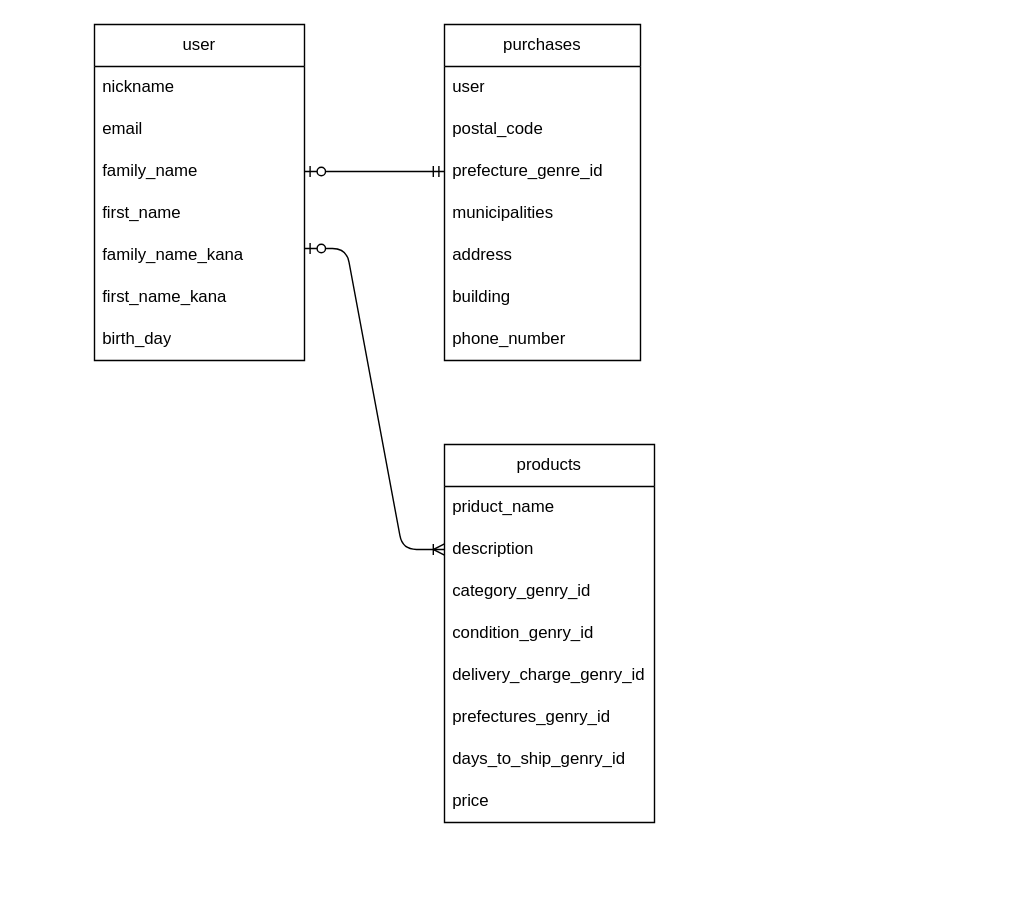
konkiiii/furima-38526 keeps this draw.io diagram as ER.dio. Above is the earlier version. Source tidied: cells renumbered, new cells numbered last; positions are measured from the earlier drawing's top-left corner, leaving out a move shared by most shapes. Both pictures are drawn from the tidied source at 140%, with x=0, y=0 at pixel (94, 24).
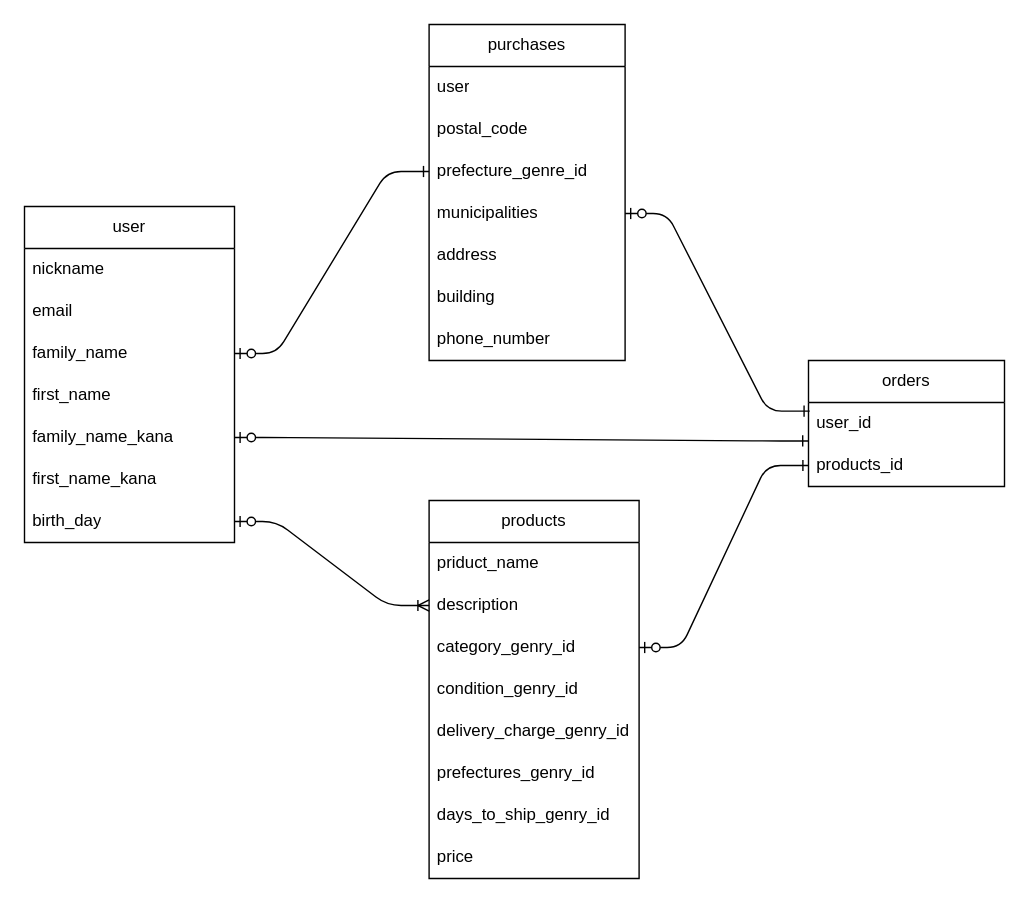
Above is the later version.

Unchanged cells that the change refers to:
```xml
<mxCell id="5" value="family_name" style="text;strokeColor=none;fillColor=none;align=left;verticalAlign=middle;spacingLeft=4;spacingRight=4;overflow=hidden;points=[[0,0.5],[1,0.5]];portConstraint=eastwest;whiteSpace=wrap;html=1;rounded=0;" parent="2" vertex="1">
  <mxGeometry y="90" width="150" height="30" as="geometry" />
</mxCell>
<mxCell id="7" value="family_name_kana" style="text;strokeColor=none;fillColor=none;align=left;verticalAlign=middle;spacingLeft=4;spacingRight=4;overflow=hidden;points=[[0,0.5],[1,0.5]];portConstraint=eastwest;whiteSpace=wrap;html=1;rounded=0;" parent="2" vertex="1">
  <mxGeometry y="150" width="150" height="30" as="geometry" />
</mxCell>
<mxCell id="9" value="birth_day" style="text;strokeColor=none;fillColor=none;align=left;verticalAlign=middle;spacingLeft=4;spacingRight=4;overflow=hidden;points=[[0,0.5],[1,0.5]];portConstraint=eastwest;whiteSpace=wrap;html=1;rounded=0;" parent="2" vertex="1">
  <mxGeometry y="210" width="150" height="30" as="geometry" />
</mxCell>
<mxCell id="13" value="prefecture_genre_id" style="text;strokeColor=none;fillColor=none;align=left;verticalAlign=middle;spacingLeft=4;spacingRight=4;overflow=hidden;points=[[0,0.5],[1,0.5]];portConstraint=eastwest;whiteSpace=wrap;html=1;rounded=0;" parent="10" vertex="1">
  <mxGeometry y="90" width="140" height="30" as="geometry" />
</mxCell>
<mxCell id="14" value="municipalities" style="text;strokeColor=none;fillColor=none;align=left;verticalAlign=middle;spacingLeft=4;spacingRight=4;overflow=hidden;points=[[0,0.5],[1,0.5]];portConstraint=eastwest;whiteSpace=wrap;html=1;rounded=0;" parent="10" vertex="1">
  <mxGeometry y="120" width="140" height="30" as="geometry" />
</mxCell>
<mxCell id="20" value="description" style="text;strokeColor=none;fillColor=none;align=left;verticalAlign=middle;spacingLeft=4;spacingRight=4;overflow=hidden;points=[[0,0.5],[1,0.5]];portConstraint=eastwest;whiteSpace=wrap;html=1;rounded=0;" parent="18" vertex="1">
  <mxGeometry y="60" width="150" height="30" as="geometry" />
</mxCell>
<mxCell id="21" value="category_genry_id" style="text;strokeColor=none;fillColor=none;align=left;verticalAlign=middle;spacingLeft=4;spacingRight=4;overflow=hidden;points=[[0,0.5],[1,0.5]];portConstraint=eastwest;whiteSpace=wrap;html=1;rounded=0;" parent="18" vertex="1">
  <mxGeometry y="90" width="150" height="30" as="geometry" />
</mxCell>
```

The edit, as a diff of the source:
```diff
@@
     <mxCell id="2" value="user" style="swimlane;fontStyle=0;horizontal=1;startSize=30;whiteSpace=wrap;html=1;rounded=0;" parent="1" vertex="1">
-      <mxGeometry width="150" height="240" as="geometry" />
+      <mxGeometry x="-50" y="130" width="150" height="240" as="geometry" />
     </mxCell>
@@
     <mxCell id="10" value="purchases" style="swimlane;fontStyle=0;horizontal=1;startSize=30;whiteSpace=wrap;html=1;rounded=0;" parent="1" vertex="1">
-      <mxGeometry x="250" width="140" height="240" as="geometry" />
+      <mxGeometry x="239" width="140" height="240" as="geometry" />
     </mxCell>
@@
     <mxCell id="18" value="products" style="swimlane;fontStyle=0;horizontal=1;startSize=30;whiteSpace=wrap;html=1;rounded=0;" parent="1" vertex="1">
-      <mxGeometry x="250" y="300" width="150" height="270" as="geometry" />
+      <mxGeometry x="239" y="340" width="150" height="270" as="geometry" />
     </mxCell>
@@
-    <mxCell id="27" style="edgeStyle=entityRelationEdgeStyle;fontSize=12;html=1;endArrow=ERoneToMany;startArrow=ERzeroToOne;entryX=0;entryY=0.5;entryDx=0;entryDy=0;" parent="1" edge="1" target="20">
-      <mxGeometry relative="1" as="geometry">
-        <mxPoint x="150" y="160" as="sourcePoint" />
-      </mxGeometry>
+    <mxCell id="27" style="edgeStyle=entityRelationEdgeStyle;fontSize=12;html=1;endArrow=ERoneToMany;startArrow=ERzeroToOne;entryX=0;entryY=0.5;entryDx=0;entryDy=0;exitX=1;exitY=0.5;exitDx=0;exitDy=0;" parent="1" edge="1" source="9" target="20">
+      <mxGeometry relative="1" as="geometry" />
     </mxCell>
-    <mxCell id="28" style="edgeStyle=entityRelationEdgeStyle;fontSize=12;html=1;endArrow=ERzeroToOne;startArrow=ERmandOne;" parent="1" edge="1" source="13" target="5">
+    <mxCell id="28" style="edgeStyle=entityRelationEdgeStyle;fontSize=12;html=1;endArrow=ERzeroToOne;startArrow=ERone;startFill=0;" parent="1" edge="1" source="13" target="5">
       <mxGeometry relative="1" as="geometry" />
     </mxCell>
+    <mxCell id="29" value="orders" style="swimlane;fontStyle=0;horizontal=1;startSize=30;whiteSpace=wrap;html=1;rounded=0;" parent="1" vertex="1">
+      <mxGeometry x="510" y="240" width="140" height="90" as="geometry" />
+    </mxCell>
+    <mxCell id="30" value="user_id" style="text;strokeColor=none;fillColor=none;align=left;verticalAlign=middle;spacingLeft=4;spacingRight=4;overflow=hidden;points=[[0,0.5],[1,0.5]];portConstraint=eastwest;whiteSpace=wrap;html=1;rounded=0;" parent="29" vertex="1">
+      <mxGeometry y="30" width="140" height="30" as="geometry" />
+    </mxCell>
+    <mxCell id="31" value="products_id" style="text;strokeColor=none;fillColor=none;align=left;verticalAlign=middle;spacingLeft=4;spacingRight=4;overflow=hidden;points=[[0,0.5],[1,0.5]];portConstraint=eastwest;whiteSpace=wrap;html=1;rounded=0;" parent="29" vertex="1">
+      <mxGeometry y="60" width="140" height="30" as="geometry" />
+    </mxCell>
+    <mxCell id="32" style="edgeStyle=entityRelationEdgeStyle;fontSize=12;html=1;endArrow=ERzeroToOne;startArrow=ERone;entryX=1;entryY=0.5;entryDx=0;entryDy=0;exitX=-0.001;exitY=0.915;exitDx=0;exitDy=0;exitPerimeter=0;startFill=0;" parent="1" edge="1" source="30" target="7">
+      <mxGeometry relative="1" as="geometry" />
+    </mxCell>
+    <mxCell id="33" style="edgeStyle=entityRelationEdgeStyle;fontSize=12;html=1;endArrow=ERzeroToOne;startArrow=ERone;entryX=1;entryY=0.5;entryDx=0;entryDy=0;exitX=0.006;exitY=0.205;exitDx=0;exitDy=0;exitPerimeter=0;startFill=0;" parent="1" edge="1" source="30" target="14">
+      <mxGeometry relative="1" as="geometry" />
+    </mxCell>
+    <mxCell id="34" style="edgeStyle=entityRelationEdgeStyle;fontSize=12;html=1;endArrow=ERzeroToOne;endFill=1;entryX=1;entryY=0.5;entryDx=0;entryDy=0;exitX=0;exitY=0.5;exitDx=0;exitDy=0;startArrow=ERone;startFill=0;" parent="1" edge="1" source="31" target="21">
+      <mxGeometry relative="1" as="geometry" />
+    </mxCell>
```
